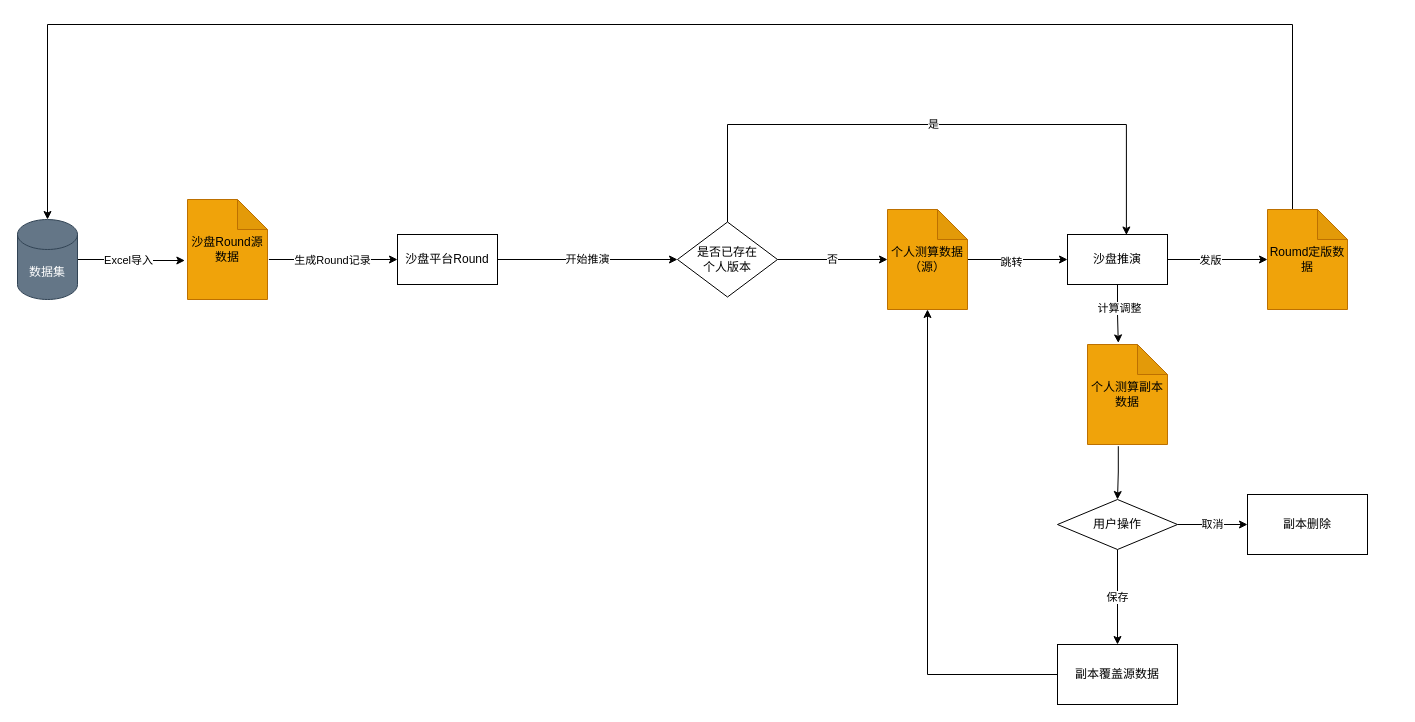
Before: 沙盘推演Round流转.drawio in 18857545022/-, a draw.io diagram. Source tidied: cells renumbered, new cells numbered last; positions are measured from the earlier drawing's top-left corner, leaving out a move shared by most shapes. Both pictures are drawn from the tidied source at 100%, with x=0, y=0 at pixel (17, 24).
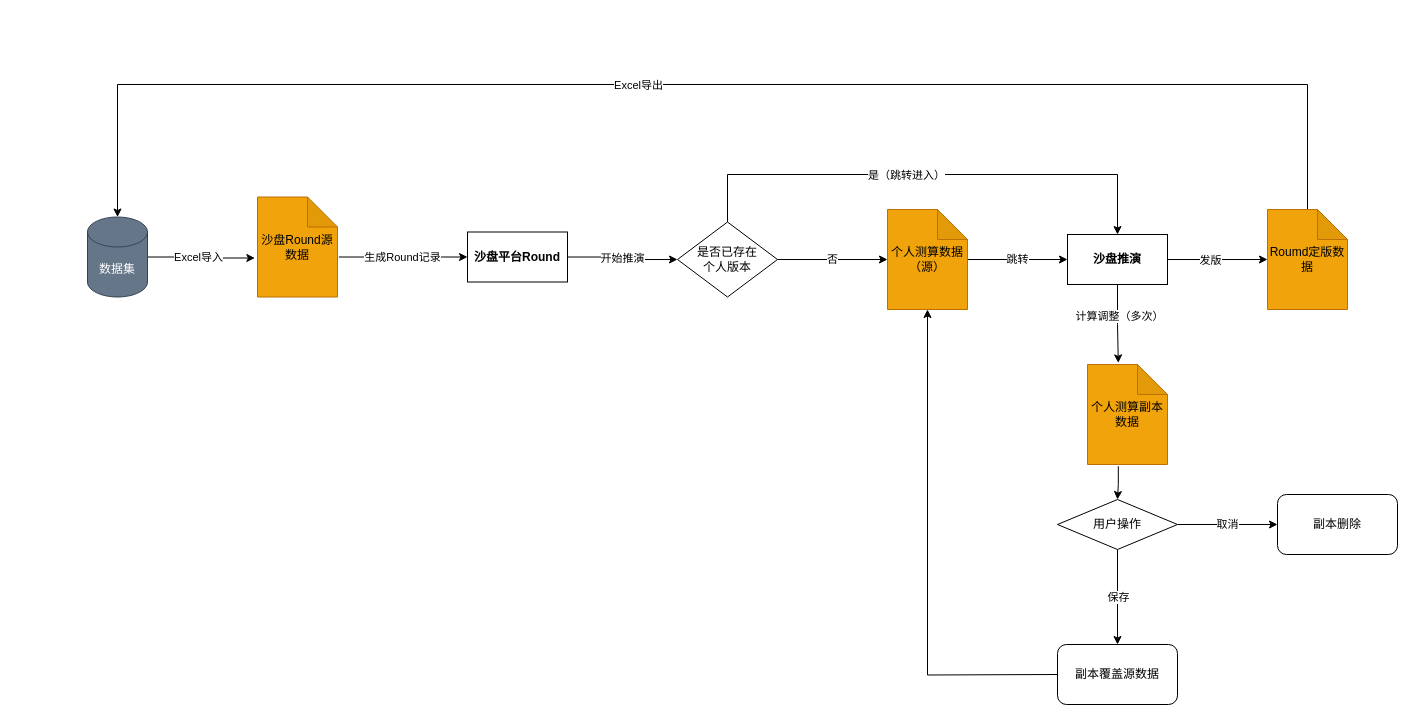
The same diagram, later.

Commit message:
更新沙盘推演Round流转.drawio

The change refers to these unchanged cells:
```xml
<mxCell id="4" style="edgeStyle=orthogonalEdgeStyle;rounded=0;jettySize=auto;html=1;entryX=0.385;entryY=-0.016;entryDx=0;entryDy=0;entryPerimeter=0;" parent="1" edge="1" source="8" target="27">
  <mxGeometry relative="1" as="geometry" />
</mxCell>
<mxCell id="12" value="用户操作" style="rhombus;whiteSpace=wrap;html=1;rounded=0;" parent="1" vertex="1">
  <mxGeometry x="1040" y="475" width="120" height="50" as="geometry" />
</mxCell>
<mxCell id="24" value="个人测算数据（源）" style="shape=note;whiteSpace=wrap;html=1;backgroundOutline=1;darkOpacity=0.05;fillColor=#f0a30a;fontColor=#000000;strokeColor=#BD7000;" parent="1" vertex="1">
  <mxGeometry x="870" y="185" width="80" height="100" as="geometry" />
</mxCell>
<mxCell id="26" value="Roumd定版数据" style="shape=note;whiteSpace=wrap;html=1;backgroundOutline=1;darkOpacity=0.05;fillColor=#f0a30a;fontColor=#000000;strokeColor=#BD7000;" parent="1" vertex="1">
  <mxGeometry x="1250" y="185" width="80" height="100" as="geometry" />
</mxCell>
<mxCell id="30" value="是否已存在&lt;br&gt;个人版本" style="rhombus;whiteSpace=wrap;html=1;rounded=0;" parent="1" vertex="1">
  <mxGeometry x="660" y="197.5" width="100" height="75" as="geometry" />
</mxCell>
```

The edit, as a diff of the source:
```diff
@@
-    <mxCell id="3" value="沙盘平台Round" style="rounded=0;whiteSpace=wrap;html=1;" parent="1" vertex="1">
-      <mxGeometry x="380" y="210" width="100" height="50" as="geometry" />
+    <mxCell id="3" value="沙盘平台Round" style="rounded=0;whiteSpace=wrap;html=1;fillColor=none;fontStyle=1;" parent="1" vertex="1">
+      <mxGeometry x="450" y="207.5" width="100" height="50" as="geometry" />
     </mxCell>
@@
-    <mxCell id="5" value="计算调整" style="edgeLabel;html=1;align=center;verticalAlign=middle;" parent="4" vertex="1">
+    <mxCell id="5" value="计算调整（多次）" style="edgeLabel;html=1;align=center;verticalAlign=middle;" parent="4" vertex="1">
       <mxGeometry x="-0.21" y="1" relative="1" as="geometry" />
     </mxCell>
@@
-    <mxCell id="8" value="沙盘推演" style="rounded=0;whiteSpace=wrap;html=1;" parent="1" vertex="1">
+    <mxCell id="8" value="沙盘推演" style="rounded=0;whiteSpace=wrap;html=1;fillColor=none;fontStyle=1;" parent="1" vertex="1">
       <mxGeometry x="1050" y="210" width="100" height="50" as="geometry" />
     </mxCell>
@@
-    <mxCell id="10" value="取消" style="edgeStyle=orthogonalEdgeStyle;rounded=0;jettySize=auto;html=1;" parent="1" edge="1" source="12" target="13">
+    <mxCell id="10" value="取消" style="edgeStyle=orthogonalEdgeStyle;rounded=0;jettySize=auto;html=1;entryX=0;entryY=0.5;entryDx=0;entryDy=0;" parent="1" edge="1" source="12" target="13">
       <mxGeometry relative="1" as="geometry" />
     </mxCell>
-    <mxCell id="11" value="保存" style="edgeStyle=orthogonalEdgeStyle;rounded=0;jettySize=auto;html=1;" parent="1" edge="1" source="12" target="15">
-      <mxGeometry relative="1" as="geometry" />
+    <mxCell id="11" value="保存" style="edgeStyle=orthogonalEdgeStyle;rounded=0;jettySize=auto;html=1;" parent="1" edge="1" source="12">
+      <mxGeometry relative="1" as="geometry">
+        <mxPoint x="1100" y="620" as="targetPoint" />
+      </mxGeometry>
     </mxCell>
@@
-    <mxCell id="13" value="副本删除" style="whiteSpace=wrap;html=1;rounded=0;" parent="1" vertex="1">
-      <mxGeometry x="1230" y="470" width="120" height="60" as="geometry" />
-    </mxCell>
-    <mxCell id="14" style="edgeStyle=orthogonalEdgeStyle;rounded=0;jettySize=auto;html=1;entryX=0.5;entryY=1;entryDx=0;entryDy=0;entryPerimeter=0;" parent="1" edge="1" source="15" target="24">
-      <mxGeometry relative="1" as="geometry" />
+    <mxCell id="14" style="edgeStyle=orthogonalEdgeStyle;rounded=0;jettySize=auto;html=1;entryX=0.5;entryY=1;entryDx=0;entryDy=0;entryPerimeter=0;" parent="1" edge="1" target="24">
+      <mxGeometry relative="1" as="geometry">
+        <mxPoint x="1040" y="650" as="sourcePoint" />
+      </mxGeometry>
     </mxCell>
-    <mxCell id="15" value="副本覆盖源数据" style="whiteSpace=wrap;html=1;rounded=0;" parent="1" vertex="1">
-      <mxGeometry x="1040" y="620" width="120" height="60" as="geometry" />
-    </mxCell>
@@
     <mxCell id="20" value="数据集" style="shape=cylinder3;whiteSpace=wrap;html=1;boundedLbl=1;backgroundOutline=1;size=15;fillColor=#647687;fontColor=#ffffff;strokeColor=#314354;" parent="1" vertex="1">
-      <mxGeometry y="195" width="60" height="80" as="geometry" />
+      <mxGeometry x="70" y="192.5" width="60" height="80" as="geometry" />
     </mxCell>
     <mxCell id="21" value="沙盘Round源数据" style="shape=note;whiteSpace=wrap;html=1;backgroundOutline=1;darkOpacity=0.05;fillColor=#f0a30a;fontColor=#000000;strokeColor=#BD7000;" parent="1" vertex="1">
-      <mxGeometry x="170" y="175" width="80" height="100" as="geometry" />
+      <mxGeometry x="240" y="172.5" width="80" height="100" as="geometry" />
     </mxCell>
-    <mxCell id="22" style="edgeStyle=orthogonalEdgeStyle;rounded=0;jettySize=auto;html=1;entryX=0;entryY=0.5;entryDx=0;entryDy=0;" parent="1" edge="1" source="24" target="8">
+    <mxCell id="22" value="跳转" style="edgeStyle=orthogonalEdgeStyle;rounded=0;jettySize=auto;html=1;entryX=0;entryY=0.5;entryDx=0;entryDy=0;" parent="1" edge="1" source="24" target="8">
       <mxGeometry relative="1" as="geometry" />
     </mxCell>
-    <mxCell id="23" value="跳转" style="edgeLabel;html=1;align=center;verticalAlign=middle;" parent="22" vertex="1">
-      <mxGeometry x="-0.15" y="-2" relative="1" as="geometry" />
-    </mxCell>
@@
-    <mxCell id="25" style="edgeStyle=orthogonalEdgeStyle;rounded=0;jettySize=auto;html=1;exitX=0;exitY=0;exitDx=25;exitDy=0;exitPerimeter=0;entryX=0.5;entryY=0;entryDx=0;entryDy=0;entryPerimeter=0;" parent="1" edge="1" source="26" target="20">
+    <mxCell id="25" style="edgeStyle=orthogonalEdgeStyle;rounded=0;jettySize=auto;html=1;exitX=0.5;exitY=0;exitDx=0;exitDy=0;exitPerimeter=0;entryX=0.5;entryY=0;entryDx=0;entryDy=0;entryPerimeter=0;" parent="1" edge="1" source="26" target="20">
       <mxGeometry relative="1" as="geometry">
         <Array as="points">
-          <mxPoint x="1275" />
-          <mxPoint x="30" />
+          <mxPoint x="1290" y="60" />
+          <mxPoint x="100" y="60" />
         </Array>
       </mxGeometry>
     </mxCell>
+    <mxCell id="31" value="Excel导出" style="edgeLabel;html=1;align=center;verticalAlign=middle;" parent="25" vertex="1">
+      <mxGeometry x="0.1" relative="1" as="geometry">
+        <mxPoint x="1" as="offset" />
+      </mxGeometry>
+    </mxCell>
@@
     <mxCell id="27" value="个人测算副本数据" style="shape=note;whiteSpace=wrap;html=1;backgroundOutline=1;darkOpacity=0.05;fillColor=#f0a30a;fontColor=#000000;strokeColor=#BD7000;" parent="1" vertex="1">
-      <mxGeometry x="1070" y="320" width="80" height="100" as="geometry" />
+      <mxGeometry x="1070" y="340" width="80" height="100" as="geometry" />
     </mxCell>
@@
-    <mxCell id="29" value="是" style="edgeStyle=orthogonalEdgeStyle;rounded=0;jettySize=auto;html=1;exitX=0.5;exitY=0;exitDx=0;exitDy=0;entryX=0.589;entryY=0.01;entryDx=0;entryDy=0;entryPerimeter=0;" parent="1" edge="1" source="30" target="8">
+    <mxCell id="29" style="edgeStyle=orthogonalEdgeStyle;rounded=0;jettySize=auto;html=1;entryX=0.5;entryY=0;entryDx=0;entryDy=0;" parent="1" edge="1" source="30" target="8">
       <mxGeometry relative="1" as="geometry">
         <Array as="points">
-          <mxPoint x="710" y="100" />
-          <mxPoint x="1109" y="100" />
+          <mxPoint x="710" y="150" />
+          <mxPoint x="1100" y="150" />
         </Array>
       </mxGeometry>
     </mxCell>
+    <mxCell id="32" value="是（跳转进入）" style="edgeLabel;html=1;align=center;verticalAlign=middle;" parent="29" vertex="1">
+      <mxGeometry x="-0.09" relative="1" as="geometry" />
+    </mxCell>
@@
+    <mxCell id="13" value="副本删除" style="rounded=1;whiteSpace=wrap;html=1;" parent="1" vertex="1">
+      <mxGeometry x="1260" y="470" width="120" height="60" as="geometry" />
+    </mxCell>
+    <mxCell id="15" value="副本覆盖源数据" style="rounded=1;whiteSpace=wrap;html=1;" parent="1" vertex="1">
+      <mxGeometry x="1040" y="620" width="120" height="60" as="geometry" />
+    </mxCell>
```
